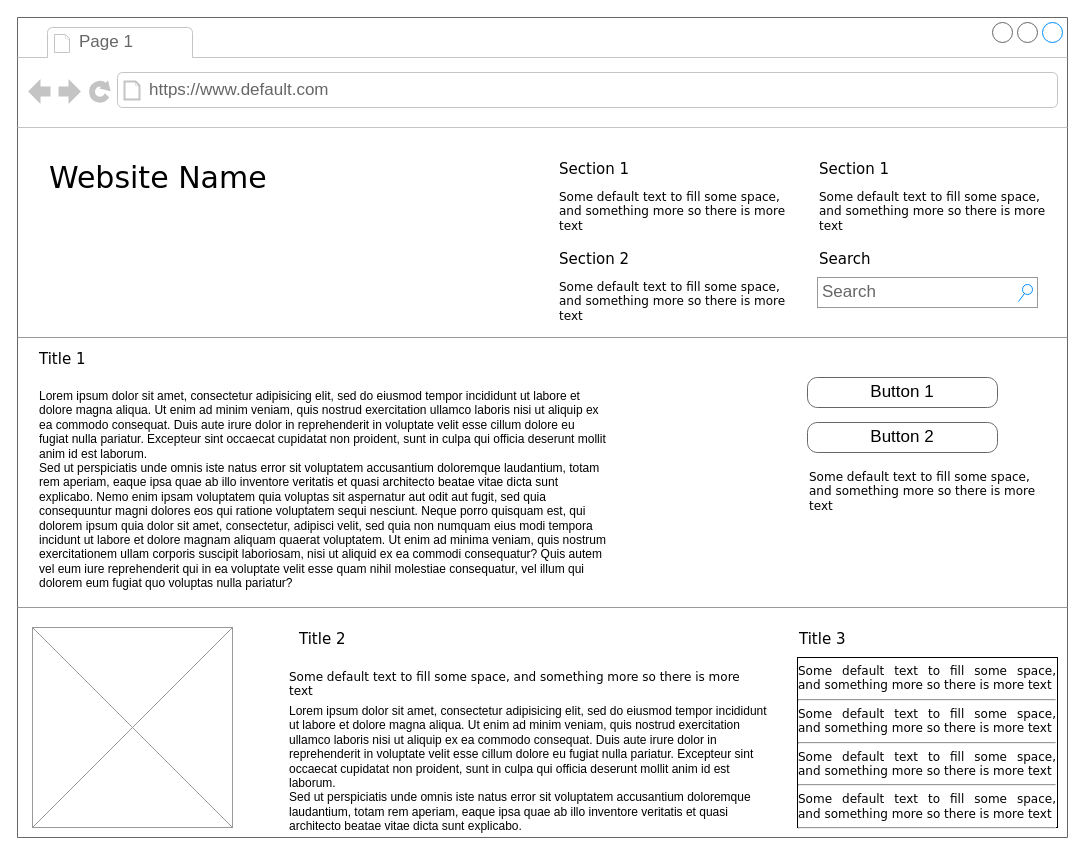
The draw.io diagram wireframes/(Medico) Ver detalles de un test de la marcha.drawio in bernatDiaz/artefactos, before the edit. Source tidied: cells renumbered, new cells numbered last; positions are measured from the earlier drawing's top-left corner, leaving out a move shared by most shapes. Both pictures are drawn from the tidied source at 100%, with x=0, y=0 at pixel (17, 17).
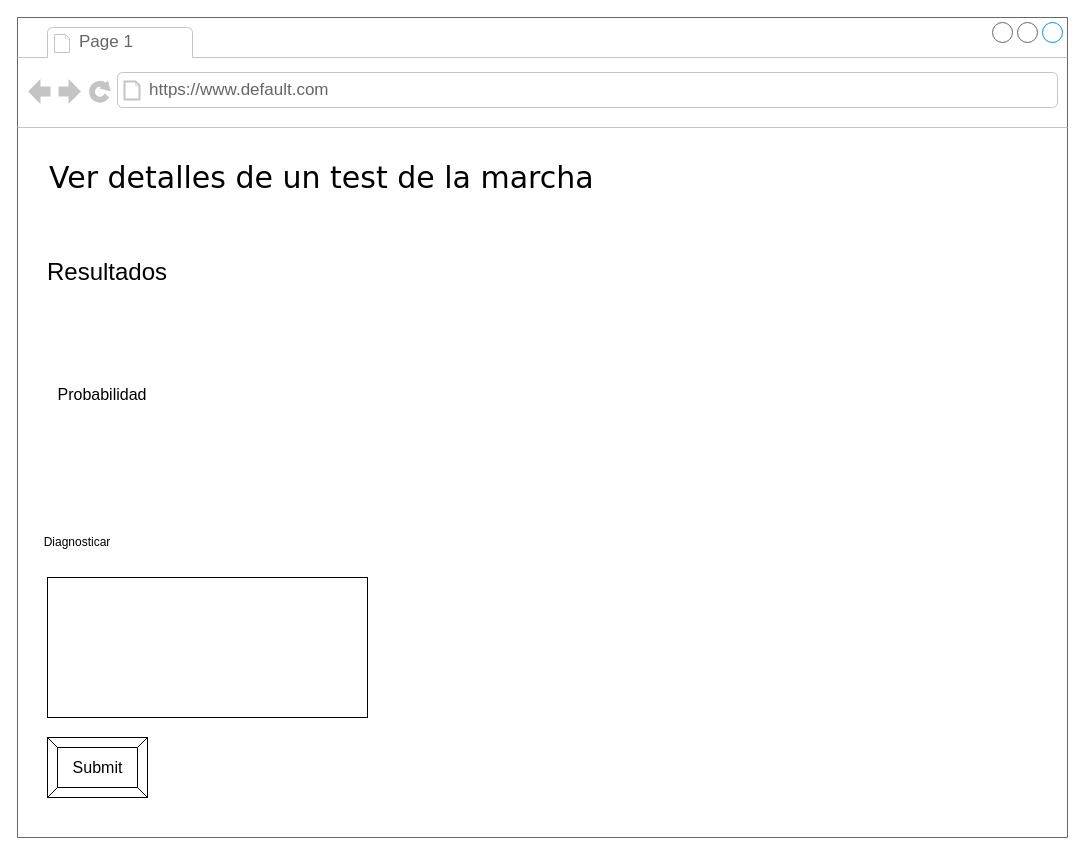
The same page after the edit.

Unchanged cells that the change refers to:
```xml
<mxCell id="2" style="strokeWidth=1;shadow=0;dashed=0;align=center;html=1;shape=mxgraph.mockup.containers.browserWindow;rSize=0;strokeColor=#666666;mainText=,;rounded=0;labelBackgroundColor=none;fontFamily=Verdana;fontSize=12;" parent="1" vertex="1">
  <mxGeometry width="1050" height="820" as="geometry" />
</mxCell>
```

Change to the diagram source:
```diff
@@
-    <mxCell id="5" value="Website Name" style="text;html=1;align=left;verticalAlign=top;spacingTop=-4;fontSize=30;fontFamily=Verdana;" parent="2" vertex="1">
+    <mxCell id="5" value="Ver detalles de un test de la marcha" style="text;html=1;align=left;verticalAlign=top;spacingTop=-4;fontSize=30;fontFamily=Verdana;" parent="2" vertex="1">
       <mxGeometry x="30" y="140" width="340" height="50" as="geometry" />
     </mxCell>
-    <mxCell id="6" value="Section 1" style="text;html=1;align=left;verticalAlign=top;spacingTop=-4;fontSize=15;fontFamily=Verdana;" parent="2" vertex="1">
-      <mxGeometry x="540" y="140" width="170" height="30" as="geometry" />
-    </mxCell>
-    <mxCell id="7" value="Some default text to fill some space, and&amp;nbsp;&lt;span&gt;something more so there is more text&lt;/span&gt;" style="text;html=1;align=left;verticalAlign=top;spacingTop=-4;fontSize=12;fontFamily=Verdana;whiteSpace=wrap;" parent="2" vertex="1">
-      <mxGeometry x="540" y="170" width="240" height="40" as="geometry" />
-    </mxCell>
-    <mxCell id="8" value="Section 2" style="text;html=1;align=left;verticalAlign=top;spacingTop=-4;fontSize=15;fontFamily=Verdana;" parent="2" vertex="1">
-      <mxGeometry x="540" y="230" width="170" height="30" as="geometry" />
-    </mxCell>
-    <mxCell id="9" value="Some default text to fill some space, and&amp;nbsp;&lt;span&gt;something more so there is more text&lt;/span&gt;" style="text;html=1;align=left;verticalAlign=top;spacingTop=-4;fontSize=12;fontFamily=Verdana;whiteSpace=wrap;" parent="2" vertex="1">
-      <mxGeometry x="540" y="260" width="240" height="40" as="geometry" />
-    </mxCell>
-    <mxCell id="10" value="Section 1" style="text;html=1;align=left;verticalAlign=top;spacingTop=-4;fontSize=15;fontFamily=Verdana;" parent="2" vertex="1">
-      <mxGeometry x="800" y="140" width="170" height="30" as="geometry" />
-    </mxCell>
-    <mxCell id="11" value="Some default text to fill some space, and&amp;nbsp;&lt;span&gt;something more so there is more text&lt;/span&gt;" style="text;html=1;align=left;verticalAlign=top;spacingTop=-4;fontSize=12;fontFamily=Verdana;whiteSpace=wrap;" parent="2" vertex="1">
-      <mxGeometry x="800" y="170" width="240" height="40" as="geometry" />
-    </mxCell>
-    <mxCell id="12" value="Search" style="text;html=1;align=left;verticalAlign=top;spacingTop=-4;fontSize=15;fontFamily=Verdana;" parent="2" vertex="1">
-      <mxGeometry x="800" y="230" width="170" height="30" as="geometry" />
-    </mxCell>
-    <mxCell id="13" value="Search" style="strokeWidth=1;shadow=0;dashed=0;align=center;html=1;shape=mxgraph.mockup.forms.searchBox;strokeColor=#999999;mainText=;strokeColor2=#008cff;fontColor=#666666;fontSize=17;align=left;spacingLeft=3;rounded=0;labelBackgroundColor=none;" parent="2" vertex="1">
-      <mxGeometry x="800" y="260" width="220" height="30" as="geometry" />
-    </mxCell>
-    <mxCell id="14" style="verticalLabelPosition=bottom;shadow=0;dashed=0;align=center;html=1;verticalAlign=top;strokeWidth=1;shape=mxgraph.mockup.markup.line;strokeColor=#999999;rounded=0;labelBackgroundColor=none;fillColor=#ffffff;fontFamily=Verdana;fontSize=12;fontColor=#000000;" parent="2" vertex="1">
-      <mxGeometry y="310" width="1050" height="20" as="geometry" />
-    </mxCell>
-    <mxCell id="15" value="Title 1" style="text;html=1;align=left;verticalAlign=top;spacingTop=-4;fontSize=15;fontFamily=Verdana;" parent="2" vertex="1">
-      <mxGeometry x="20" y="330" width="170" height="30" as="geometry" />
-    </mxCell>
-    <mxCell id="16" value="Lorem ipsum dolor sit amet, consectetur adipisicing elit, sed do eiusmod tempor incididunt ut labore et dolore magna aliqua. Ut enim ad minim veniam, quis nostrud exercitation ullamco laboris nisi ut aliquip ex ea commodo consequat. Duis aute irure dolor in reprehenderit in voluptate velit esse cillum dolore eu fugiat nulla pariatur. Excepteur sint occaecat cupidatat non proident, sunt in culpa qui officia deserunt mollit anim id est laborum.&#10;Sed ut perspiciatis unde omnis iste natus error sit voluptatem accusantium doloremque laudantium, totam rem aperiam, eaque ipsa quae ab illo inventore veritatis et quasi architecto beatae vitae dicta sunt explicabo. Nemo enim ipsam voluptatem quia voluptas sit aspernatur aut odit aut fugit, sed quia consequuntur magni dolores eos qui ratione voluptatem sequi nesciunt. Neque porro quisquam est, qui dolorem ipsum quia dolor sit amet, consectetur, adipisci velit, sed quia non numquam eius modi tempora incidunt ut labore et dolore magnam aliquam quaerat voluptatem. Ut enim ad minima veniam, quis nostrum exercitationem ullam corporis suscipit laboriosam, nisi ut aliquid ex ea commodi consequatur? Quis autem vel eum iure reprehenderit qui in ea voluptate velit esse quam nihil molestiae consequatur, vel illum qui dolorem eum fugiat quo voluptas nulla pariatur?" style="text;spacingTop=-5;whiteSpace=wrap;html=1;align=left;fontSize=12;fontFamily=Helvetica;fillColor=none;strokeColor=none;rounded=0;shadow=1;labelBackgroundColor=none;" parent="2" vertex="1">
-      <mxGeometry x="20" y="370" width="570" height="240" as="geometry" />
-    </mxCell>
-    <mxCell id="17" value="Button 1" style="strokeWidth=1;shadow=0;dashed=0;align=center;html=1;shape=mxgraph.mockup.buttons.button;strokeColor=#666666;mainText=;buttonStyle=round;fontSize=17;fontStyle=0;fillColor=none;whiteSpace=wrap;rounded=0;labelBackgroundColor=none;" parent="2" vertex="1">
-      <mxGeometry x="790" y="360" width="190" height="30" as="geometry" />
-    </mxCell>
-    <mxCell id="18" value="Button 2" style="strokeWidth=1;shadow=0;dashed=0;align=center;html=1;shape=mxgraph.mockup.buttons.button;strokeColor=#666666;mainText=;buttonStyle=round;fontSize=17;fontStyle=0;fillColor=none;whiteSpace=wrap;rounded=0;labelBackgroundColor=none;" parent="2" vertex="1">
-      <mxGeometry x="790" y="405" width="190" height="30" as="geometry" />
-    </mxCell>
-    <mxCell id="19" value="Some default text to fill some space, and&amp;nbsp;&lt;span&gt;something more so there is more text&lt;/span&gt;" style="text;html=1;align=left;verticalAlign=top;spacingTop=-4;fontSize=12;fontFamily=Verdana;whiteSpace=wrap;" parent="2" vertex="1">
-      <mxGeometry x="790" y="450" width="240" height="40" as="geometry" />
-    </mxCell>
-    <mxCell id="20" style="verticalLabelPosition=bottom;shadow=0;dashed=0;align=center;html=1;verticalAlign=top;strokeWidth=1;shape=mxgraph.mockup.markup.line;strokeColor=#999999;rounded=0;labelBackgroundColor=none;fillColor=#ffffff;fontFamily=Verdana;fontSize=12;fontColor=#000000;" parent="2" vertex="1">
-      <mxGeometry y="580" width="1050" height="20" as="geometry" />
-    </mxCell>
-    <mxCell id="21" style="verticalLabelPosition=bottom;shadow=0;dashed=0;align=center;html=1;verticalAlign=top;strokeWidth=1;shape=mxgraph.mockup.graphics.simpleIcon;strokeColor=#999999;fillColor=#ffffff;rounded=0;labelBackgroundColor=none;fontFamily=Verdana;fontSize=12;fontColor=#000000;" parent="2" vertex="1">
-      <mxGeometry x="15" y="610" width="200" height="200" as="geometry" />
-    </mxCell>
-    <mxCell id="22" value="Title 2" style="text;html=1;align=left;verticalAlign=top;spacingTop=-4;fontSize=15;fontFamily=Verdana;" parent="2" vertex="1">
-      <mxGeometry x="280" y="610" width="170" height="30" as="geometry" />
-    </mxCell>
-    <mxCell id="23" value="Title 3" style="text;html=1;align=left;verticalAlign=top;spacingTop=-4;fontSize=15;fontFamily=Verdana;" parent="2" vertex="1">
-      <mxGeometry x="780" y="610" width="170" height="30" as="geometry" />
-    </mxCell>
-    <mxCell id="24" value="&lt;div style=&quot;text-align: justify&quot;&gt;&lt;span&gt;Some default text to fill some space, and&amp;nbsp;&lt;/span&gt;&lt;span&gt;something more so there is more text&lt;/span&gt;&lt;/div&gt;&lt;div style=&quot;text-align: justify&quot;&gt;&lt;hr id=&quot;null&quot; style=&quot;text-align: justify&quot;&gt;&lt;span&gt;&lt;div style=&quot;text-align: justify&quot;&gt;&lt;span&gt;Some default text to fill some space, and&amp;nbsp;&lt;/span&gt;&lt;span&gt;something more so there is more text&lt;/span&gt;&lt;/div&gt;&lt;/span&gt;&lt;/div&gt;&lt;hr id=&quot;null&quot; style=&quot;text-align: justify&quot;&gt;&lt;span&gt;&lt;div style=&quot;text-align: justify&quot;&gt;&lt;span&gt;Some default text to fill some space, and&amp;nbsp;&lt;/span&gt;&lt;span&gt;something more so there is more text&lt;/span&gt;&lt;/div&gt;&lt;/span&gt;&lt;hr id=&quot;null&quot; style=&quot;text-align: justify&quot;&gt;&lt;span&gt;&lt;div style=&quot;text-align: justify&quot;&gt;&lt;span&gt;Some default text to fill some space, and&amp;nbsp;&lt;/span&gt;&lt;span&gt;something more so there is more text&lt;/span&gt;&lt;/div&gt;&lt;/span&gt;&lt;hr id=&quot;null&quot; style=&quot;text-align: left&quot;&gt;" style="whiteSpace=wrap;html=1;rounded=0;shadow=0;labelBackgroundColor=none;strokeWidth=1;fontFamily=Verdana;fontSize=12;align=center;verticalAlign=top;" parent="2" vertex="1">
-      <mxGeometry x="780" y="640" width="260" height="170" as="geometry" />
-    </mxCell>
-    <mxCell id="25" value="Some default text to fill some space, and&amp;nbsp;&lt;span&gt;something more so there is more text&lt;/span&gt;" style="text;html=1;align=left;verticalAlign=top;spacingTop=-4;fontSize=12;fontFamily=Verdana;whiteSpace=wrap;" parent="2" vertex="1">
-      <mxGeometry x="270" y="650" width="470" height="40" as="geometry" />
-    </mxCell>
-    <mxCell id="26" value="Lorem ipsum dolor sit amet, consectetur adipisicing elit, sed do eiusmod tempor incididunt ut labore et dolore magna aliqua. Ut enim ad minim veniam, quis nostrud exercitation ullamco laboris nisi ut aliquip ex ea commodo consequat. Duis aute irure dolor in reprehenderit in voluptate velit esse cillum dolore eu fugiat nulla pariatur. Excepteur sint occaecat cupidatat non proident, sunt in culpa qui officia deserunt mollit anim id est laborum.&lt;br&gt;Sed ut perspiciatis unde omnis iste natus error sit voluptatem accusantium doloremque laudantium, totam rem aperiam, eaque ipsa quae ab illo inventore veritatis et quasi architecto beatae vitae dicta sunt explicabo.&amp;nbsp;" style="text;spacingTop=-5;whiteSpace=wrap;html=1;align=left;fontSize=12;fontFamily=Helvetica;fillColor=none;strokeColor=none;rounded=0;shadow=1;labelBackgroundColor=none;" parent="1" vertex="1">
-      <mxGeometry x="270" y="685" width="490" height="125" as="geometry" />
-    </mxCell>
+    <mxCell id="27" style="rounded=0;whiteSpace=wrap;html=1;" parent="2" vertex="1">
+      <mxGeometry x="30" y="560" width="320" height="140" as="geometry" />
+    </mxCell>
+    <mxCell id="28" value="Diagnosticar" style="text;html=1;strokeColor=none;fillColor=none;align=center;verticalAlign=middle;whiteSpace=wrap;rounded=0;" parent="2" vertex="1">
+      <mxGeometry x="30" y="510" width="60" height="30" as="geometry" />
+    </mxCell>
+    <mxCell id="29" value="&lt;font style=&quot;font-size: 24px&quot;&gt;Resultados&lt;/font&gt;" style="text;html=1;strokeColor=none;fillColor=none;align=center;verticalAlign=middle;whiteSpace=wrap;rounded=0;" parent="2" vertex="1">
+      <mxGeometry x="30" y="240" width="120" height="30" as="geometry" />
+    </mxCell>
+    <mxCell id="30" value="&lt;font style=&quot;font-size: 16px&quot;&gt;Probabilidad&lt;/font&gt;" style="text;html=1;strokeColor=none;fillColor=none;align=center;verticalAlign=middle;whiteSpace=wrap;rounded=0;fontSize=24;" parent="2" vertex="1">
+      <mxGeometry x="30" y="360" width="110" height="30" as="geometry" />
+    </mxCell>
+    <mxCell id="31" value="Submit" style="labelPosition=center;verticalLabelPosition=middle;align=center;html=1;shape=mxgraph.basic.button;dx=10;fontSize=16;" parent="2" vertex="1">
+      <mxGeometry x="30" y="720" width="100" height="60" as="geometry" />
+    </mxCell>
```
